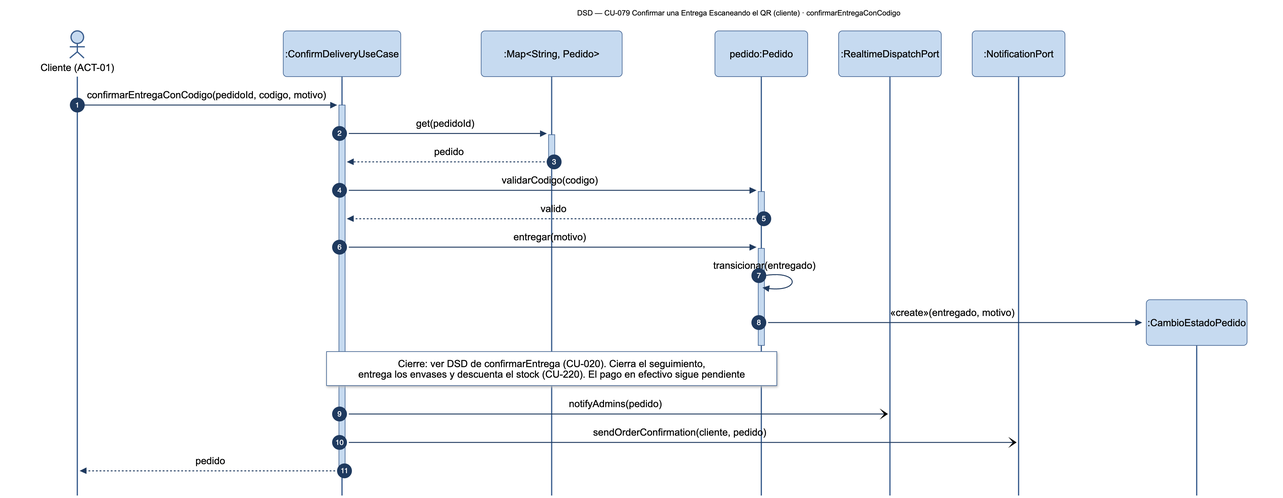
Above: diagramas/png/DSD_CU-079_confirmarEntregaConCodigo.png in Nahuelito-Dev/splg-docs (Mermaid), before the change. Its source is kept beside it as diagramas/DSD_CU-079_confirmarEntregaConCodigo.mmd.
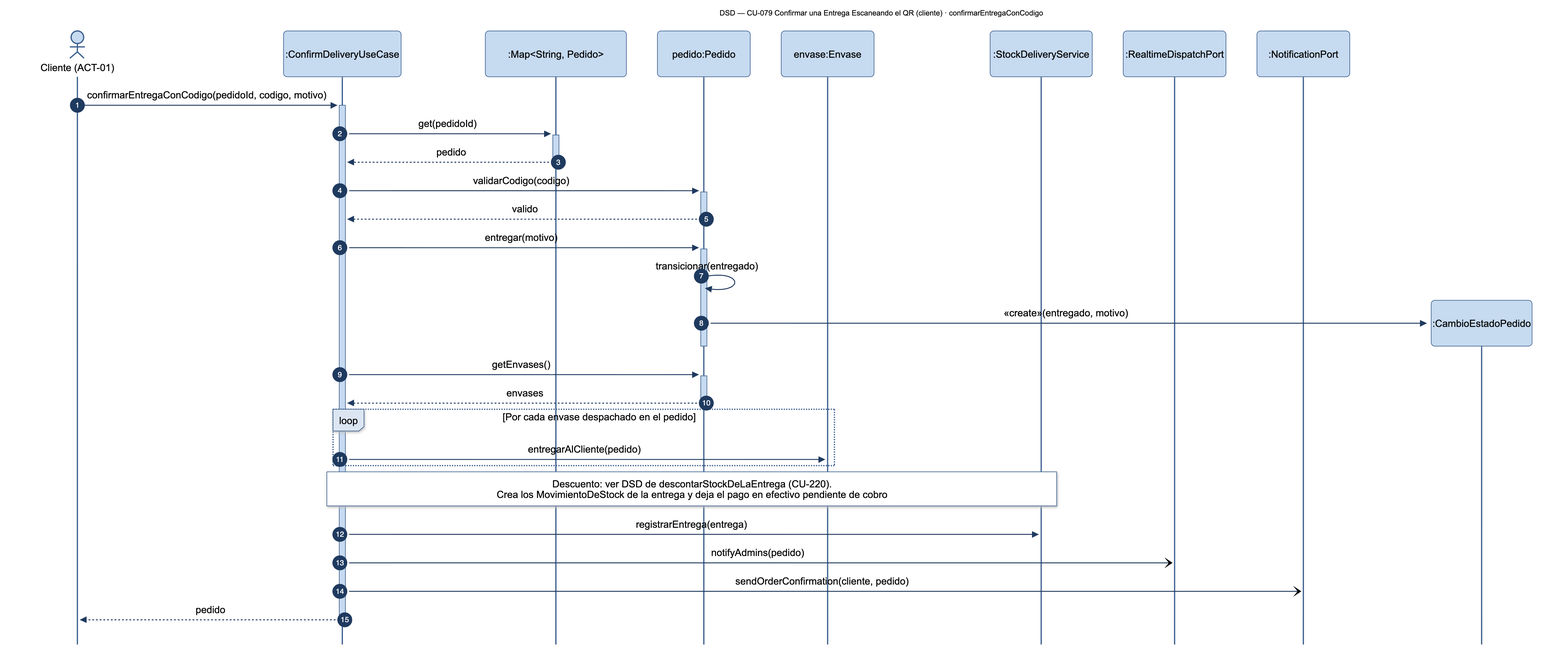
After the commit.

What changed in the source:
```diff
@@ -5,6 +5,8 @@
     participant CDU as :ConfirmDeliveryUseCase
     participant PEDS as :Map#lt;String, Pedido#gt;
     participant PED as pedido:Pedido
+    participant ENV as envase:Envase
+    participant ENT as :StockDeliveryService
     participant RT as :RealtimeDispatchPort
     participant NOT as :NotificationPort
 
@@ -18,7 +20,13 @@
     create participant CAM as :CambioEstadoPedido
     PED->>CAM: «create»(entregado, motivo)
     deactivate PED
-    Note over CDU,PED: Cierre: ver DSD de confirmarEntrega (CU-020). Cierra el seguimiento,<br/>entrega los envases y descuenta el stock (CU-220). El pago en efectivo sigue pendiente
+    CDU->>+PED: getEnvases()
+    PED-->>-CDU: envases
+    loop Por cada envase despachado en el pedido
+        CDU->>ENV: entregarAlCliente(pedido)
+    end
+    Note over CDU,ENT: Descuento: ver DSD de descontarStockDeLaEntrega (CU-220).<br/>Crea los MovimientoDeStock de la entrega y deja el pago en efectivo pendiente de cobro
+    CDU->>ENT: registrarEntrega(entrega)
     CDU-)RT: notifyAdmins(pedido)
     CDU-)NOT: sendOrderConfirmation(cliente, pedido)
     CDU-->>-CLI: pedido
```
